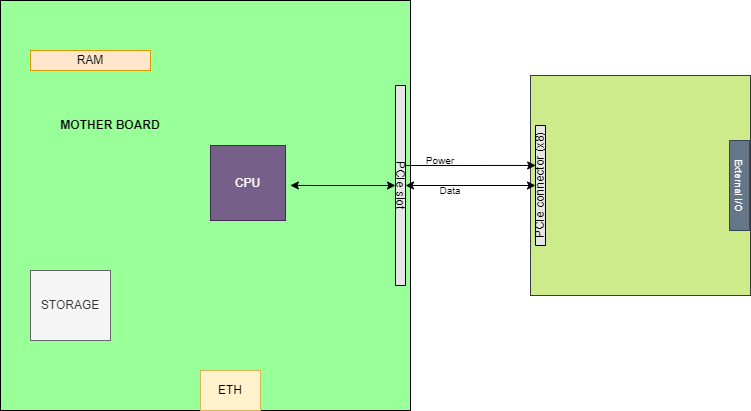
Earlier version of the draw.io export Motherboard Integration.drawio.png (belanasaikiran/FlowCharts). Source tidied: cells renumbered, new cells last; positions are measured from the earlier drawing's top-left corner, leaving out a move shared by most shapes.
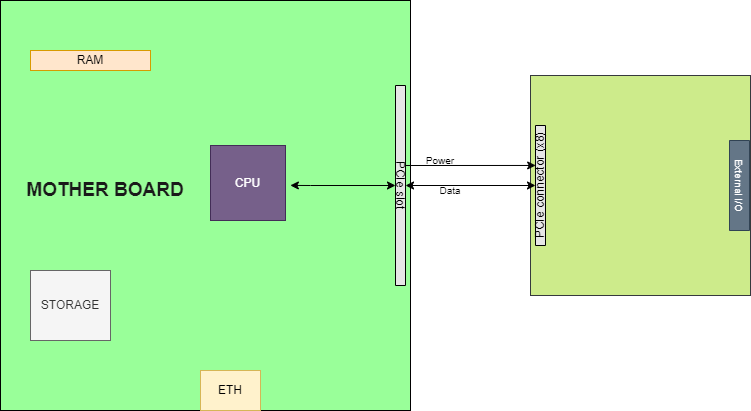
Above is the later version.

The edit, as a diff of the source:
```diff
@@ -48,8 +48,8 @@
     <mxCell id="15" value="ETH" style="rounded=0;whiteSpace=wrap;html=1;fillColor=#fff2cc;strokeColor=#d6b656;" parent="1" vertex="1">
       <mxGeometry x="200" y="370" width="60" height="40" as="geometry" />
     </mxCell>
-    <mxCell id="16" value="MOTHER BOARD" style="text;html=1;strokeColor=none;fillColor=none;align=center;verticalAlign=middle;whiteSpace=wrap;rounded=0;fontStyle=1;" parent="1" vertex="1">
-      <mxGeometry x="30" y="110" width="160" height="30" as="geometry" />
+    <mxCell id="16" value="MOTHER BOARD" style="text;html=1;strokeColor=none;fillColor=none;align=center;verticalAlign=middle;whiteSpace=wrap;rounded=0;fontStyle=1;fontSize=19;fontColor=#1A1A1A;" parent="1" vertex="1">
+      <mxGeometry x="10" y="155" width="190" height="70" as="geometry" />
     </mxCell>
   </root>
 </mxGraphModel>
```
